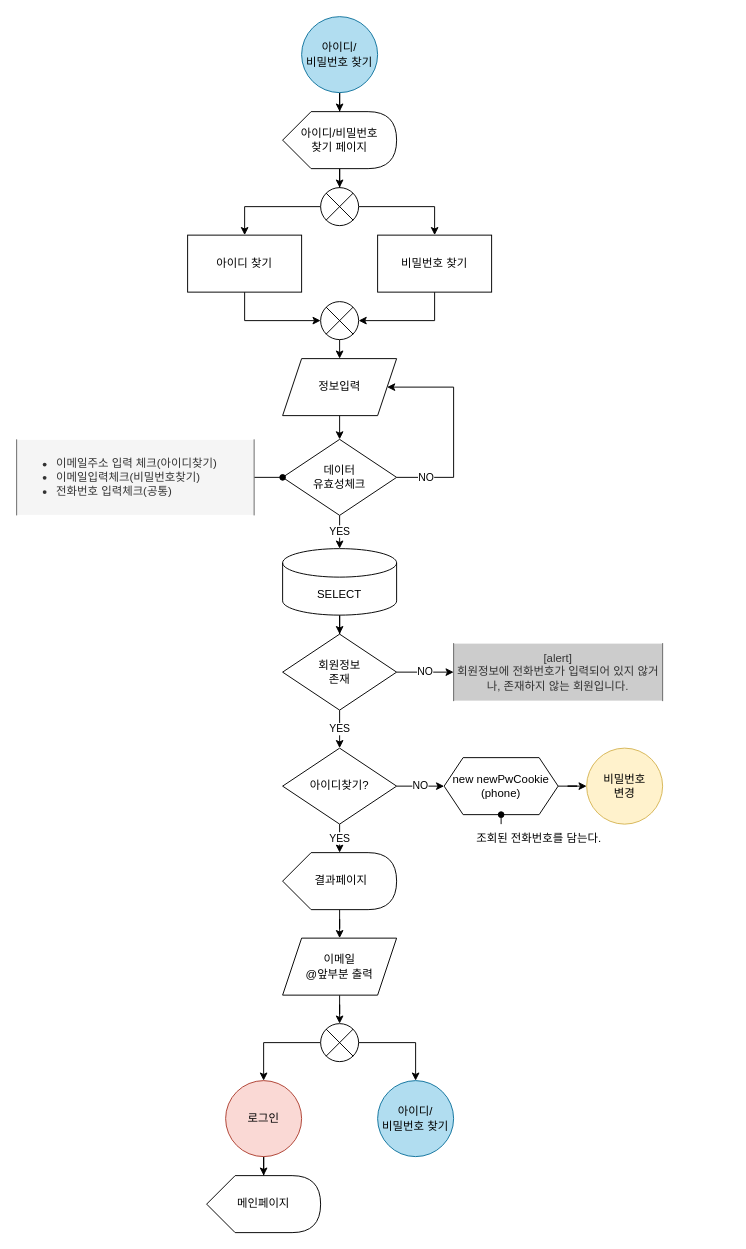
Above: page "아이디/비밀번호 찾기" (4 of 8) of 설계/데이터흐름도/회원 flowchart(혜진).drawio in hjkim27/TEAM_Project (draw.io), before the change. Source tidied: cells renumbered, new cells numbered last; positions are measured from the earlier drawing's top-left corner, leaving out a move shared by most shapes. Both pictures are drawn from the tidied source at 95%, with x=0, y=0 at pixel (16, 16).
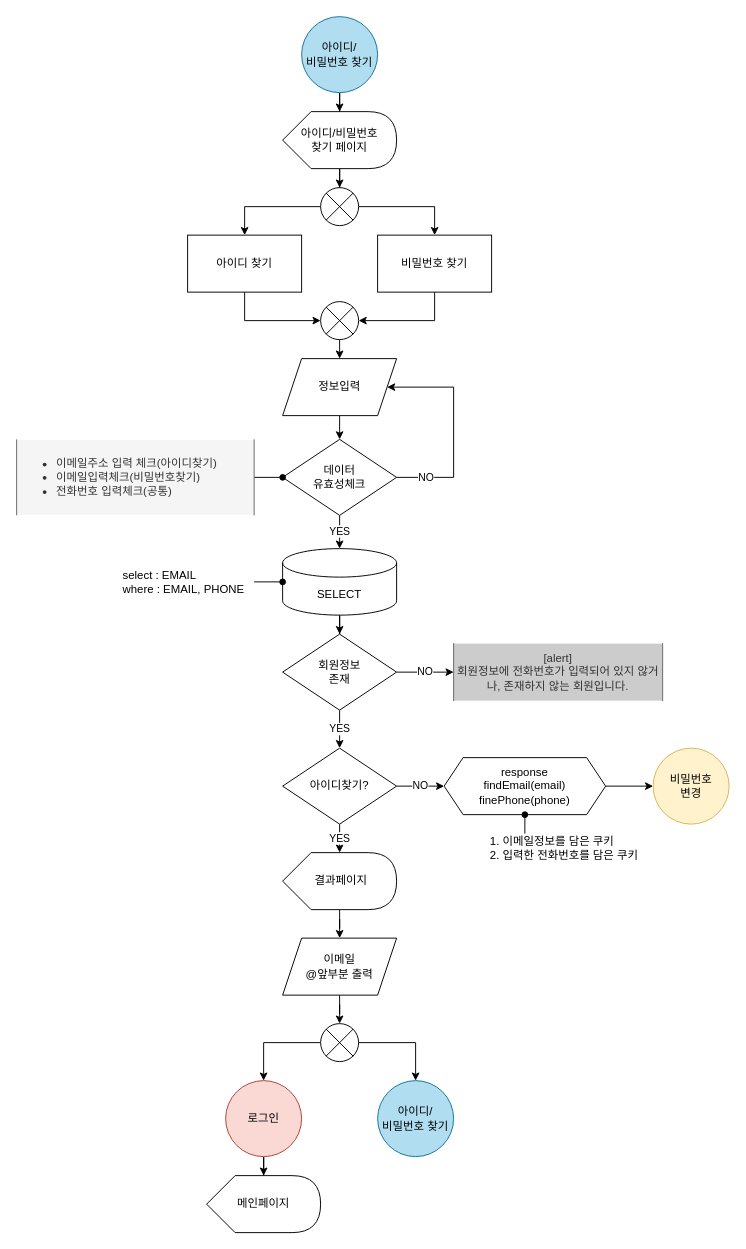
After the change.

The change refers to these unchanged cells:
```xml
<mxCell id="17" value="SELECT" style="shape=cylinder3;whiteSpace=wrap;html=1;boundedLbl=1;backgroundOutline=1;size=15;strokeWidth=1;align=center;" parent="1" vertex="1">
  <mxGeometry x="280" y="560" width="120" height="70" as="geometry" />
</mxCell>
```

Change to the diagram source:
```diff
@@
     <mxCell id="35" value="비밀번호&lt;br&gt;변경" style="ellipse;whiteSpace=wrap;html=1;fillColor=#fff2cc;strokeColor=#d6b656;" parent="1" vertex="1">
-      <mxGeometry x="600" y="770" width="80" height="80" as="geometry" />
+      <mxGeometry x="670" y="770" width="80" height="80" as="geometry" />
     </mxCell>
@@
-    <mxCell id="37" value="new newPwCookie&lt;br&gt;(phone)" style="shape=hexagon;perimeter=hexagonPerimeter2;whiteSpace=wrap;html=1;fixedSize=1;strokeWidth=1;align=center;" parent="1" vertex="1">
-      <mxGeometry x="450" y="780" width="120" height="60" as="geometry" />
+    <mxCell id="37" value="response&lt;br&gt;findEmail(email)&lt;br&gt;finePhone(phone)" style="shape=hexagon;perimeter=hexagonPerimeter2;whiteSpace=wrap;html=1;fixedSize=1;strokeWidth=1;align=center;" parent="1" vertex="1">
+      <mxGeometry x="450" y="780" width="170" height="60" as="geometry" />
     </mxCell>
@@
-    <mxCell id="46" value="조회된 전화번호를 담는다." style="text;html=1;strokeColor=none;fillColor=none;align=center;verticalAlign=middle;whiteSpace=wrap;rounded=0;" parent="1" vertex="1">
-      <mxGeometry x="470" y="850" width="160" height="30" as="geometry" />
+    <mxCell id="46" value="&lt;ol&gt;&lt;li&gt;이메일정보를 담은 쿠키&lt;/li&gt;&lt;li&gt;입력한 전화번호를 담은 쿠키&lt;/li&gt;&lt;/ol&gt;" style="text;html=1;strokeColor=none;fillColor=none;align=left;verticalAlign=middle;whiteSpace=wrap;rounded=0;" parent="1" vertex="1">
+      <mxGeometry x="470" y="860" width="260" height="30" as="geometry" />
     </mxCell>
+    <mxCell id="47" style="edgeStyle=orthogonalEdgeStyle;rounded=0;jettySize=auto;html=1;exitX=1;exitY=0.5;exitDx=0;exitDy=0;entryX=0;entryY=0.5;entryDx=0;entryDy=0;entryPerimeter=0;endArrow=oval;endFill=1;" parent="1" edge="1" source="48" target="17">
+      <mxGeometry relative="1" as="geometry" />
+    </mxCell>
+    <mxCell id="48" value="&lt;div&gt;&lt;span&gt;select : EMAIL&lt;/span&gt;&lt;br&gt;&lt;/div&gt;&lt;div&gt;&lt;span&gt;where : EMAIL, PHONE&lt;/span&gt;&lt;/div&gt;" style="text;html=1;strokeColor=none;fillColor=none;align=left;verticalAlign=middle;whiteSpace=wrap;rounded=0;" parent="1" vertex="1">
+      <mxGeometry x="110" y="570" width="140" height="50" as="geometry" />
+    </mxCell>
```
